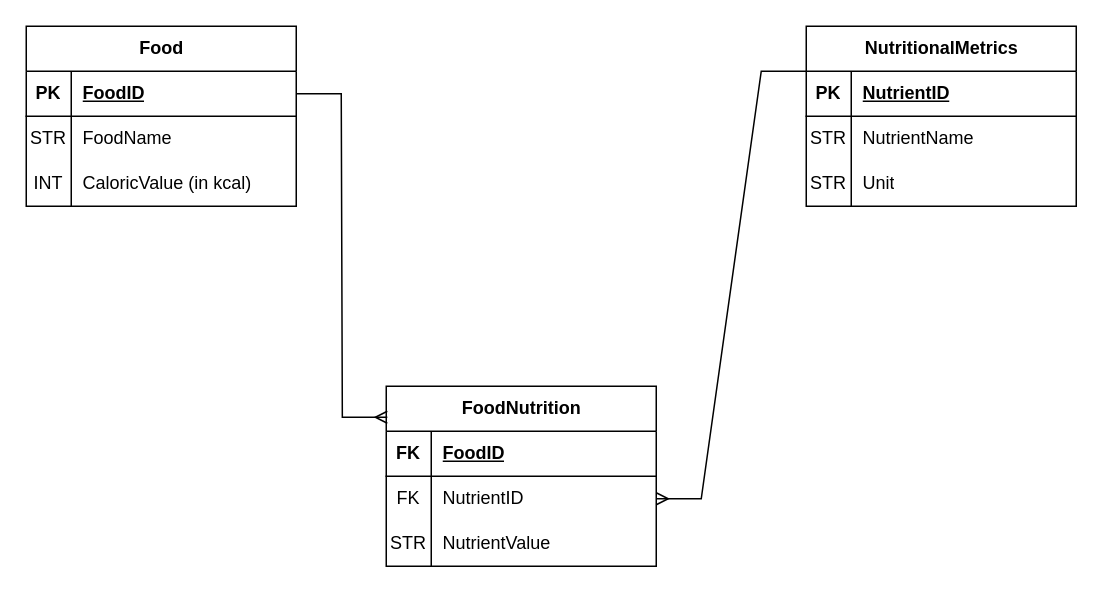
The draw.io diagram ER Diagram.drawio in luis-jmtz/Nutrition-Database-DatabasesFinalProject, before the edit. Source tidied: cells renumbered, new cells numbered last; positions are measured from the earlier drawing's top-left corner, leaving out a move shared by most shapes. Both pictures are drawn from the tidied source at 150%, with x=0, y=0 at pixel (26, 26).
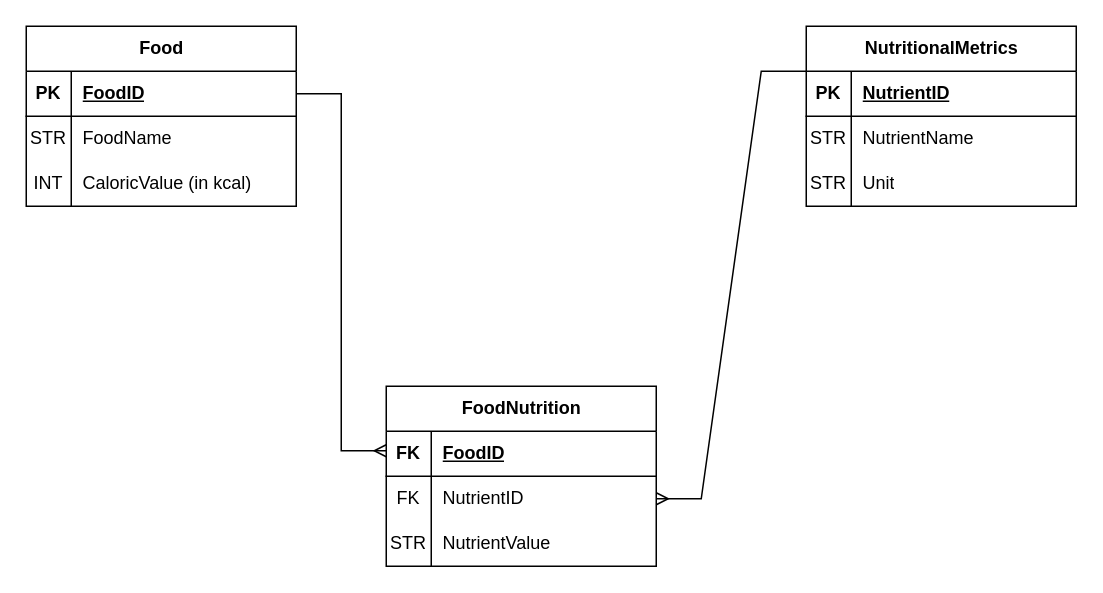
After the change.

The change refers to these unchanged cells:
```xml
<mxCell id="3" style="shape=tableRow;horizontal=0;startSize=0;swimlaneHead=0;swimlaneBody=0;fillColor=none;points=[[0,0.5],[1,0.5]];portConstraint=eastwest;top=0;left=0;right=0;bottom=1;" parent="2" vertex="1">
  <mxGeometry y="30" width="180" height="30" as="geometry" />
</mxCell>
<mxCell id="22" value="FoodNutrition" style="shape=table;startSize=30;childLayout=tableLayout;rowLines=0;fontStyle=1;align=center;html=1;" parent="1" vertex="1">
  <mxGeometry x="240" y="240" width="180" height="120" as="geometry" />
</mxCell>
```

Change to the diagram source:
```diff
@@
-    <mxCell id="33" style="edgeStyle=entityRelationEdgeStyle;fontSize=12;html=1;endArrow=ERmany;rounded=0;exitX=1;exitY=0.5;exitDx=0;exitDy=0;entryX=0.004;entryY=0.172;entryDx=0;entryDy=0;entryPerimeter=0;" parent="1" edge="1" source="3" target="22">
-      <mxGeometry relative="1" as="geometry" />
+    <mxCell id="33" style="edgeStyle=entityRelationEdgeStyle;fontSize=12;html=1;endArrow=ERmany;rounded=0;exitX=1;exitY=0.5;exitDx=0;exitDy=0;" parent="1" edge="1" source="3">
+      <mxGeometry relative="1" as="geometry">
+        <mxPoint x="240" y="283" as="targetPoint" />
+      </mxGeometry>
     </mxCell>
```
